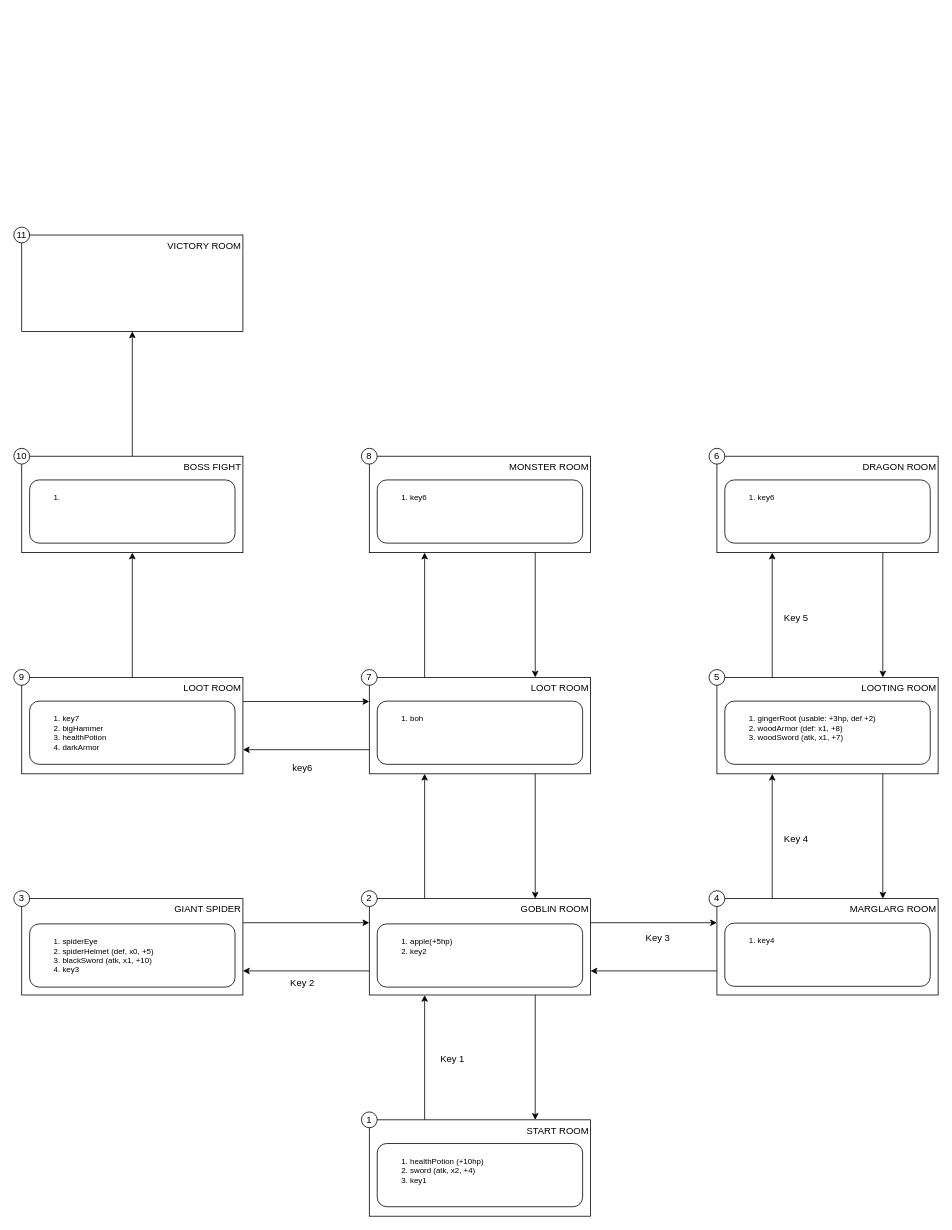
The draw.io diagram docs/assets/map.drawio in AlessioChecchin/text_adventure, before the edit. Source tidied: cells renumbered, new cells numbered last; positions are measured from the earlier drawing's top-left corner, leaving out a move shared by most shapes. Both pictures are drawn from the tidied source at 79%, with x=0, y=0 at pixel (13, 227).
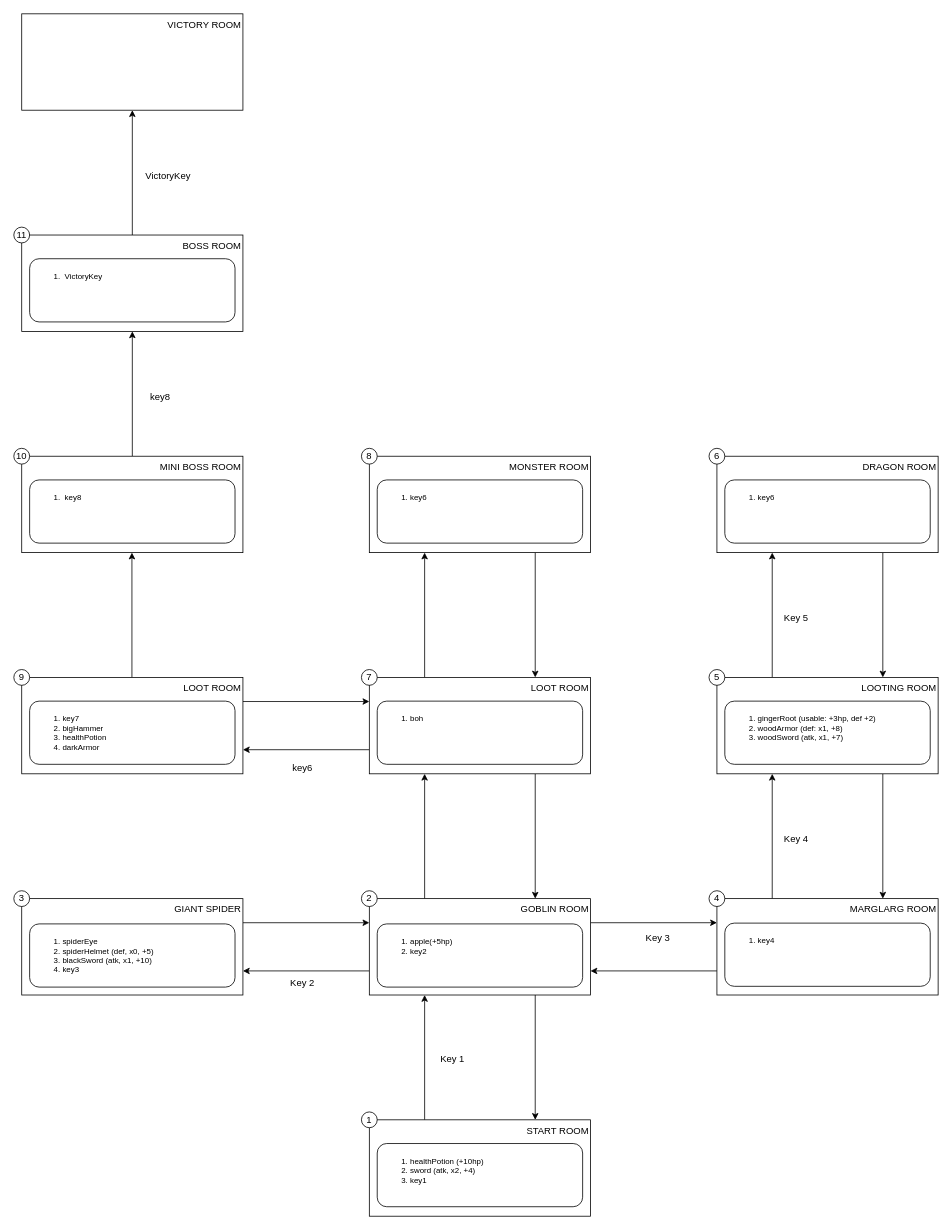
After the change.

Commit message (it also covers changes not shown here):
New room map

Unchanged cells that the change refers to:
```xml
<mxCell id="16" value="LOOT ROOM" style="whiteSpace=wrap;html=1;align=right;verticalAlign=top;" parent="1" vertex="1">
  <mxGeometry x="10" y="570" width="280" height="122" as="geometry" />
</mxCell>
```

Change to the diagram source:
```diff
@@
-    <mxCell id="15" style="edgeStyle=none;rounded=0;jettySize=auto;html=1;exitX=0.5;exitY=0;exitDx=0;exitDy=0;entryX=0.5;entryY=1;entryDx=0;entryDy=0;" parent="1" edge="1" source="16" target="29">
-      <mxGeometry relative="1" as="geometry" />
-    </mxCell>
+    <mxCell id="58" style="edgeStyle=none;rounded=0;orthogonalLoop=1;jettySize=auto;html=1;exitX=0.5;exitY=0;exitDx=0;exitDy=0;entryX=0.5;entryY=1;entryDx=0;entryDy=0;" parent="1" edge="1">
+      <mxGeometry relative="1" as="geometry">
+        <mxPoint x="149.5" y="570" as="sourcePoint" />
+        <mxPoint x="149.5" y="412" as="targetPoint" />
+      </mxGeometry>
+    </mxCell>
@@
-    <mxCell id="28" style="edgeStyle=none;rounded=0;jettySize=auto;html=1;exitX=0.5;exitY=0;exitDx=0;exitDy=0;entryX=0.5;entryY=1;entryDx=0;entryDy=0;" parent="1" edge="1" source="29" target="30">
-      <mxGeometry relative="1" as="geometry" />
-    </mxCell>
-    <mxCell id="29" value="BOSS FIGHT" style="whiteSpace=wrap;html=1;align=right;verticalAlign=top;" parent="1" vertex="1">
-      <mxGeometry x="10" y="290" width="280" height="122" as="geometry" />
-    </mxCell>
-    <mxCell id="30" value="VICTORY ROOM" style="whiteSpace=wrap;html=1;align=right;horizontal=1;verticalAlign=top;" parent="1" vertex="1">
-      <mxGeometry x="10" y="10" width="280" height="122" as="geometry" />
-    </mxCell>
+    <mxCell id="59" style="edgeStyle=none;rounded=0;jettySize=auto;html=1;exitX=0.5;exitY=0;exitDx=0;exitDy=0;entryX=0.5;entryY=1;entryDx=0;entryDy=0;" parent="1" edge="1" source="60" target="62">
+      <mxGeometry relative="1" as="geometry" />
+    </mxCell>
+    <mxCell id="60" value="MINI BOSS ROOM" style="whiteSpace=wrap;html=1;align=right;verticalAlign=top;" parent="1" vertex="1">
+      <mxGeometry x="10" y="290" width="280" height="122" as="geometry" />
+    </mxCell>
+    <mxCell id="61" style="edgeStyle=orthogonalEdgeStyle;rounded=0;jettySize=auto;html=1;exitX=0.5;exitY=0;exitDx=0;exitDy=0;entryX=0.5;entryY=1;entryDx=0;entryDy=0;" parent="1" edge="1" source="62" target="30">
+      <mxGeometry relative="1" as="geometry" />
+    </mxCell>
+    <mxCell id="62" value="BOSS ROOM" style="whiteSpace=wrap;html=1;align=right;horizontal=1;verticalAlign=top;" parent="1" vertex="1">
+      <mxGeometry x="10" y="10" width="280" height="122" as="geometry" />
+    </mxCell>
@@
-    <mxCell id="57" value="&lt;ol style=&quot;font-size: 10px;&quot;&gt;&lt;li&gt;&lt;br&gt;&lt;/li&gt;&lt;/ol&gt;" style="rounded=1;whiteSpace=wrap;html=1;align=left;verticalAlign=top;" parent="1" vertex="1">
-      <mxGeometry x="20" y="320" width="260" height="80" as="geometry" />
-    </mxCell>
+    <mxCell id="63" value="&lt;ol style=&quot;font-size: 10px;&quot;&gt;&lt;li&gt;&amp;nbsp;key8&lt;/li&gt;&lt;/ol&gt;" style="rounded=1;whiteSpace=wrap;html=1;align=left;verticalAlign=top;" parent="1" vertex="1">
+      <mxGeometry x="20" y="320" width="260" height="80" as="geometry" />
+    </mxCell>
+    <mxCell id="30" value="VICTORY ROOM" style="whiteSpace=wrap;html=1;align=right;horizontal=1;verticalAlign=top;" parent="1" vertex="1">
+      <mxGeometry x="10" y="-270" width="280" height="122" as="geometry" />
+    </mxCell>
+    <mxCell id="64" value="&lt;ol style=&quot;font-size: 10px;&quot;&gt;&lt;li&gt;&amp;nbsp;VictoryKey&lt;/li&gt;&lt;/ol&gt;" style="rounded=1;whiteSpace=wrap;html=1;align=left;verticalAlign=top;" parent="1" vertex="1">
+      <mxGeometry x="20" y="40" width="260" height="80" as="geometry" />
+    </mxCell>
+    <mxCell id="65" value="key8" style="text;html=1;align=center;verticalAlign=middle;strokeColor=none;fillColor=none;" parent="1" vertex="1">
+      <mxGeometry x="160" y="200" width="50" height="30" as="geometry" />
+    </mxCell>
+    <mxCell id="66" value="VictoryKey" style="text;html=1;align=center;verticalAlign=middle;strokeColor=none;fillColor=none;" parent="1" vertex="1">
+      <mxGeometry x="155" y="-80" width="80" height="30" as="geometry" />
+    </mxCell>
```
